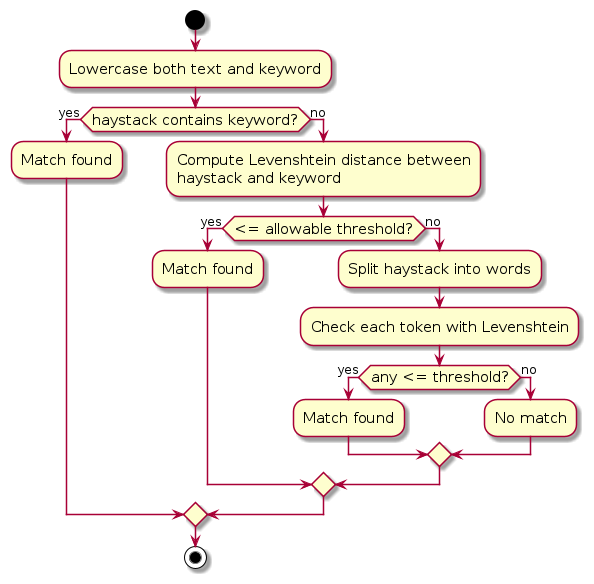
This is diagrams/FindMatchingActivityDiagram.png from AY2526S1-CS2103T-F13-3/tp, a PlantUML export, as it was before one commit. Its source is kept beside it as diagrams/FindMatchingActivityDiagram.puml. Source of this version:
```plantuml
@startuml
skin rose
skinparam ActivityFontSize 15
skinparam ArrowFontSize 12

start
:Lowercase both text and keyword;
if (haystack contains keyword?) then (yes)
  :Match found;
else (no)
  :Compute Levenshtein distance between\nhaystack and keyword;
  if (<= allowable threshold?) then (yes)
    :Match found;
  else (no)
    :Split haystack into words;
    :Check each token with Levenshtein;
    if (any <= threshold?) then (yes)
      :Match found;
    else (no)
      :No match;
    endif
  endif
endif
stop
@enduml
```
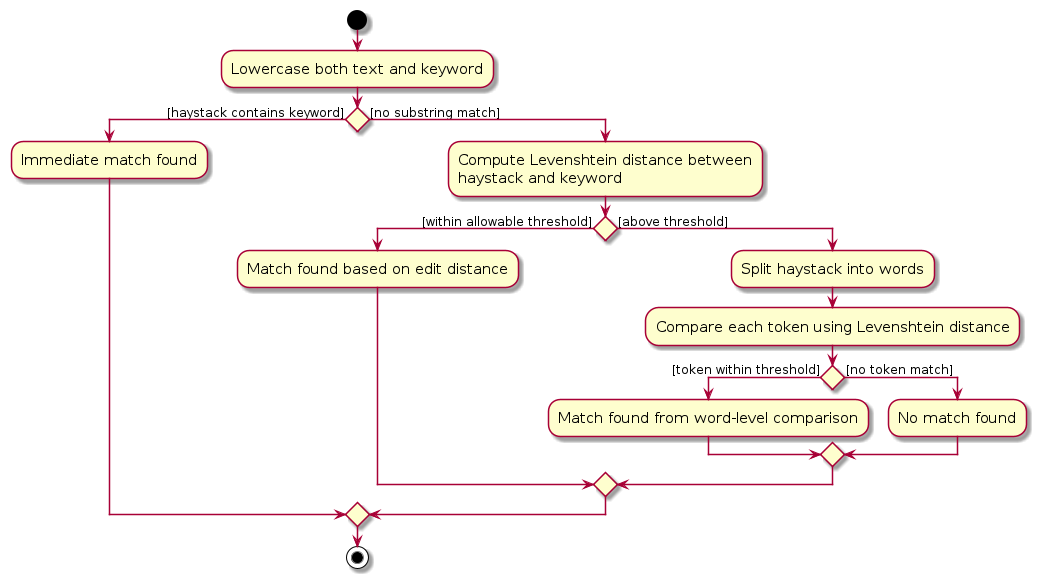
Above is the later version.

The edit, as a diff of the source:
```diff
@@ -5,21 +5,26 @@
 
 start
 :Lowercase both text and keyword;
-if (haystack contains keyword?) then (yes)
-  :Match found;
-else (no)
-  :Compute Levenshtein distance between\nhaystack and keyword;
-  if (<= allowable threshold?) then (yes)
-    :Match found;
-  else (no)
-    :Split haystack into words;
-    :Check each token with Levenshtein;
-    if (any <= threshold?) then (yes)
-      :Match found;
-    else (no)
-      :No match;
+
+if () then ([haystack contains keyword])
+    :Immediate match found;
+else ([no substring match])
+    :Compute Levenshtein distance between
+    haystack and keyword;
+
+    if () then ([within allowable threshold])
+        :Match found based on edit distance;
+    else ([above threshold])
+        :Split haystack into words;
+        :Compare each token using Levenshtein distance;
+
+        if () then ([token within threshold])
+            :Match found from word-level comparison;
+        else ([no token match])
+            :No match found;
+        endif
     endif
-  endif
 endif
+
 stop
 @enduml
```
